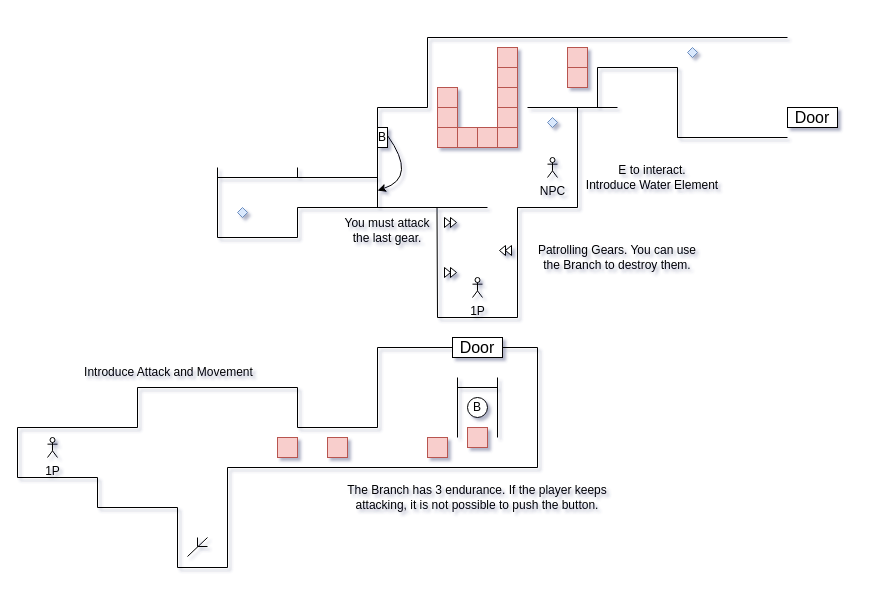
Before: docs/Level Design/Level 01.drawio in blueloveTH/BlackAndWhite, a draw.io diagram. Source tidied: cells renumbered, new cells numbered last; positions are measured from the earlier drawing's top-left corner, leaving out a move shared by most shapes. Both pictures are drawn from the tidied source at 100%, with x=0, y=0 at pixel (17, 37).
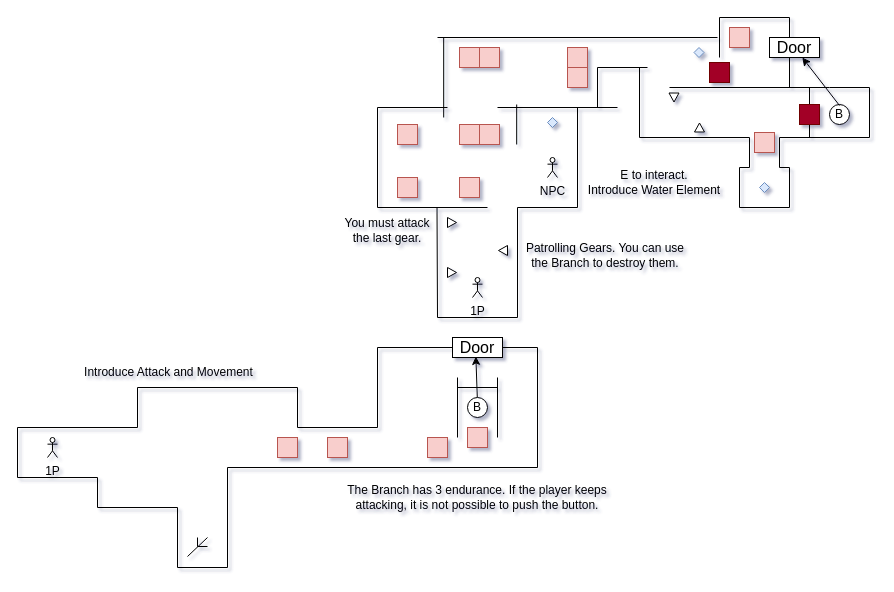
After the change.

The change refers to these unchanged cells:
```xml
<mxCell id="18" value="B" style="ellipse;whiteSpace=wrap;html=1;" parent="1" vertex="1">
  <mxGeometry x="450" y="360" width="20" height="20" as="geometry" />
</mxCell>
<mxCell id="32" value="Door" style="rounded=0;whiteSpace=wrap;html=1;fontSize=16;" parent="1" vertex="1">
  <mxGeometry x="435" y="300" width="50" height="20" as="geometry" />
</mxCell>
```

Change to the diagram source:
```diff
@@
+    <mxCell id="83" style="rounded=0;jettySize=auto;html=1;entryX=0.467;entryY=0.947;entryDx=0;entryDy=0;entryPerimeter=0;" parent="1" edge="1" source="18" target="32">
+      <mxGeometry relative="1" as="geometry" />
+    </mxCell>
@@
     <mxCell id="37" style="triangle;whiteSpace=wrap;html=1;" parent="1" vertex="1">
-      <mxGeometry x="433" y="230" width="6" height="10" as="geometry" />
+      <mxGeometry x="430" y="230" width="9" height="10" as="geometry" />
     </mxCell>
-    <mxCell id="38" style="triangle;whiteSpace=wrap;html=1;" parent="1" vertex="1">
-      <mxGeometry x="427" y="230" width="6" height="10" as="geometry" />
-    </mxCell>
-    <mxCell id="39" style="triangle;whiteSpace=wrap;html=1;direction=west;" parent="1" vertex="1">
-      <mxGeometry x="488" y="208" width="6" height="10" as="geometry" />
-    </mxCell>
-    <mxCell id="40" style="triangle;whiteSpace=wrap;html=1;direction=west;" parent="1" vertex="1">
-      <mxGeometry x="482" y="208" width="6" height="10" as="geometry" />
-    </mxCell>
     <mxCell id="41" style="triangle;whiteSpace=wrap;html=1;" parent="1" vertex="1">
-      <mxGeometry x="433" y="180" width="6" height="10" as="geometry" />
+      <mxGeometry x="430" y="180" width="9" height="10" as="geometry" />
     </mxCell>
-    <mxCell id="42" style="triangle;whiteSpace=wrap;html=1;" parent="1" vertex="1">
-      <mxGeometry x="427" y="180" width="6" height="10" as="geometry" />
-    </mxCell>
@@
     <mxCell id="44" style="endArrow=none;html=1;" parent="1" edge="1">
       <mxGeometry relative="1" as="geometry">
-        <mxPoint x="280" y="170" as="sourcePoint" />
+        <mxPoint x="360" y="170" as="sourcePoint" />
         <mxPoint x="470" y="170" as="targetPoint" />
       </mxGeometry>
     </mxCell>
@@
     <mxCell id="48" value="Patrolling Gears. You can use the Branch to destroy them." style="text;html=1;strokeColor=none;fillColor=none;align=center;verticalAlign=middle;whiteSpace=wrap;rounded=0;" parent="1" vertex="1">
-      <mxGeometry x="510" y="210" width="180" height="20" as="geometry" />
+      <mxGeometry x="497.5" y="208" width="180" height="20" as="geometry" />
     </mxCell>
@@
-    <mxCell id="50" style="whiteSpace=wrap;html=1;fillColor=#f8cecc;strokeColor=#b85450;" parent="1" vertex="1">
-      <mxGeometry x="420" y="90" width="20" height="20" as="geometry" />
-    </mxCell>
-    <mxCell id="51" style="whiteSpace=wrap;html=1;fillColor=#f8cecc;strokeColor=#b85450;" parent="1" vertex="1">
-      <mxGeometry x="480" y="90" width="20" height="20" as="geometry" />
-    </mxCell>
     <mxCell id="52" style="whiteSpace=wrap;html=1;fillColor=#f8cecc;strokeColor=#b85450;" parent="1" vertex="1">
-      <mxGeometry x="440" y="90" width="20" height="20" as="geometry" />
+      <mxGeometry x="442" y="87" width="20" height="20" as="geometry" />
     </mxCell>
     <mxCell id="53" style="whiteSpace=wrap;html=1;fillColor=#f8cecc;strokeColor=#b85450;" parent="1" vertex="1">
-      <mxGeometry x="460" y="90" width="20" height="20" as="geometry" />
+      <mxGeometry x="462" y="87" width="20" height="20" as="geometry" />
     </mxCell>
-    <mxCell id="54" style="whiteSpace=wrap;html=1;fillColor=#f8cecc;strokeColor=#b85450;" parent="1" vertex="1">
-      <mxGeometry x="420" y="70" width="20" height="20" as="geometry" />
-    </mxCell>
-    <mxCell id="55" style="whiteSpace=wrap;html=1;fillColor=#f8cecc;strokeColor=#b85450;" parent="1" vertex="1">
-      <mxGeometry x="420" y="50" width="20" height="20" as="geometry" />
-    </mxCell>
-    <mxCell id="56" style="whiteSpace=wrap;html=1;fillColor=#f8cecc;strokeColor=#b85450;" parent="1" vertex="1">
-      <mxGeometry x="480" y="70" width="20" height="20" as="geometry" />
-    </mxCell>
-    <mxCell id="57" style="whiteSpace=wrap;html=1;fillColor=#f8cecc;strokeColor=#b85450;" parent="1" vertex="1">
-      <mxGeometry x="480" y="50" width="20" height="20" as="geometry" />
-    </mxCell>
     <mxCell id="58" style="whiteSpace=wrap;html=1;fillColor=#f8cecc;strokeColor=#b85450;" parent="1" vertex="1">
-      <mxGeometry x="480" y="30" width="20" height="20" as="geometry" />
+      <mxGeometry x="442" y="10" width="20" height="20" as="geometry" />
     </mxCell>
@@
     <mxCell id="60" value="E to interact.&lt;br&gt;Introduce Water Element" style="text;html=1;strokeColor=none;fillColor=none;align=center;verticalAlign=middle;whiteSpace=wrap;rounded=0;" parent="1" vertex="1">
-      <mxGeometry x="560" y="130" width="150" height="20" as="geometry" />
+      <mxGeometry x="562" y="135" width="150" height="20" as="geometry" />
     </mxCell>
-    <mxCell id="61" value="B" style="rounded=0;whiteSpace=wrap;html=1;" parent="1" vertex="1">
-      <mxGeometry x="360" y="90" width="10" height="20" as="geometry" />
-    </mxCell>
     <mxCell id="62" style="endArrow=none;html=1;" parent="1" edge="1">
       <mxGeometry relative="1" as="geometry">
         <mxPoint x="360" y="70" as="sourcePoint" />
-        <mxPoint x="410" y="70" as="targetPoint" />
+        <mxPoint x="430" y="70" as="targetPoint" />
       </mxGeometry>
     </mxCell>
     <mxCell id="63" style="endArrow=none;html=1;" parent="1" edge="1">
       <mxGeometry relative="1" as="geometry">
-        <mxPoint x="410" y="70" as="sourcePoint" />
-        <mxPoint x="410" as="targetPoint" />
+        <mxPoint x="426.2" y="80" as="sourcePoint" />
+        <mxPoint x="426.2" as="targetPoint" />
       </mxGeometry>
     </mxCell>
     <mxCell id="64" style="endArrow=none;html=1;" parent="1" edge="1">
       <mxGeometry relative="1" as="geometry">
-        <mxPoint x="510" y="70" as="sourcePoint" />
+        <mxPoint x="480" y="70" as="sourcePoint" />
         <mxPoint x="600" y="70" as="targetPoint" />
       </mxGeometry>
     </mxCell>
@@
     <mxCell id="66" style="endArrow=none;html=1;" parent="1" edge="1">
       <mxGeometry relative="1" as="geometry">
-        <mxPoint x="410" as="sourcePoint" />
-        <mxPoint x="770" as="targetPoint" />
+        <mxPoint x="420" as="sourcePoint" />
+        <mxPoint x="700" as="targetPoint" />
       </mxGeometry>
     </mxCell>
-    <mxCell id="67" style="endArrow=none;html=1;" parent="1" edge="1">
-      <mxGeometry relative="1" as="geometry">
-        <mxPoint x="280" y="140" as="sourcePoint" />
-        <mxPoint x="280" y="130" as="targetPoint" />
-      </mxGeometry>
-    </mxCell>
-    <mxCell id="68" style="endArrow=none;html=1;" parent="1" edge="1">
-      <mxGeometry relative="1" as="geometry">
-        <mxPoint x="200" y="140" as="sourcePoint" />
-        <mxPoint x="360" y="140" as="targetPoint" />
-      </mxGeometry>
-    </mxCell>
-    <mxCell id="69" style="endArrow=none;html=1;" parent="1" edge="1">
-      <mxGeometry relative="1" as="geometry">
-        <mxPoint x="200" y="200" as="sourcePoint" />
-        <mxPoint x="200" y="130" as="targetPoint" />
-      </mxGeometry>
-    </mxCell>
-    <mxCell id="70" style="endArrow=none;html=1;" parent="1" edge="1">
-      <mxGeometry relative="1" as="geometry">
-        <mxPoint x="200" y="200" as="sourcePoint" />
-        <mxPoint x="280" y="200" as="targetPoint" />
-      </mxGeometry>
-    </mxCell>
-    <mxCell id="71" style="endArrow=none;html=1;" parent="1" edge="1">
-      <mxGeometry relative="1" as="geometry">
-        <mxPoint x="280" y="200" as="sourcePoint" />
-        <mxPoint x="280" y="170" as="targetPoint" />
-      </mxGeometry>
-    </mxCell>
     <mxCell id="72" style="whiteSpace=wrap;html=1;fillColor=#f8cecc;strokeColor=#b85450;" parent="1" vertex="1">
-      <mxGeometry x="480" y="10" width="20" height="20" as="geometry" />
+      <mxGeometry x="462" y="10" width="20" height="20" as="geometry" />
     </mxCell>
-    <mxCell id="73" style="curved=1;endArrow=classic;html=1;" parent="1" edge="1">
-      <mxGeometry relative="1" as="geometry">
-        <mxPoint x="370" y="98" as="sourcePoint" />
-        <mxPoint x="360" y="153" as="targetPoint" />
-        <Array as="points">
-          <mxPoint x="400" y="140" />
-        </Array>
-      </mxGeometry>
-    </mxCell>
@@
-    <mxCell id="77" style="rhombus;whiteSpace=wrap;html=1;fillColor=#dae8fc;strokeColor=#6c8ebf;" parent="1" vertex="1">
-      <mxGeometry x="670" y="10" width="10" height="10" as="geometry" />
-    </mxCell>
-    <mxCell id="78" style="rhombus;whiteSpace=wrap;html=1;fillColor=#dae8fc;strokeColor=#6c8ebf;" parent="1" vertex="1">
-      <mxGeometry x="220" y="170" width="10" height="10" as="geometry" />
-    </mxCell>
     <mxCell id="79" style="endArrow=none;html=1;fontSize=12;" parent="1" edge="1">
       <mxGeometry relative="1" as="geometry">
-        <mxPoint x="660" y="30" as="sourcePoint" />
-        <mxPoint x="660" y="100" as="targetPoint" />
+        <mxPoint x="622" y="30" as="sourcePoint" />
+        <mxPoint x="622" y="100" as="targetPoint" />
       </mxGeometry>
     </mxCell>
     <mxCell id="80" style="endArrow=none;html=1;fontSize=12;" parent="1" edge="1">
       <mxGeometry relative="1" as="geometry">
         <mxPoint x="580" y="30" as="sourcePoint" />
-        <mxPoint x="660" y="30" as="targetPoint" />
+        <mxPoint x="630" y="30" as="targetPoint" />
       </mxGeometry>
     </mxCell>
     <mxCell id="81" style="endArrow=none;html=1;fontSize=12;" parent="1" edge="1">
       <mxGeometry relative="1" as="geometry">
-        <mxPoint x="660" y="100" as="sourcePoint" />
-        <mxPoint x="770" y="100" as="targetPoint" />
+        <mxPoint x="622" y="100" as="sourcePoint" />
+        <mxPoint x="732" y="100" as="targetPoint" />
       </mxGeometry>
     </mxCell>
+    <mxCell id="84" style="endArrow=none;html=1;" parent="1" edge="1">
+      <mxGeometry relative="1" as="geometry">
+        <mxPoint x="499.2" y="107" as="sourcePoint" />
+        <mxPoint x="499.2" y="67" as="targetPoint" />
+      </mxGeometry>
+    </mxCell>
+    <mxCell id="85" style="whiteSpace=wrap;html=1;fillColor=#f8cecc;strokeColor=#b85450;" parent="1" vertex="1">
+      <mxGeometry x="380" y="87" width="20" height="20" as="geometry" />
+    </mxCell>
+    <mxCell id="86" style="whiteSpace=wrap;html=1;fillColor=#f8cecc;strokeColor=#b85450;" parent="1" vertex="1">
+      <mxGeometry x="380" y="140" width="20" height="20" as="geometry" />
+    </mxCell>
+    <mxCell id="87" style="whiteSpace=wrap;html=1;fillColor=#f8cecc;strokeColor=#b85450;" parent="1" vertex="1">
+      <mxGeometry x="442" y="140" width="20" height="20" as="geometry" />
+    </mxCell>
+    <mxCell id="88" style="triangle;whiteSpace=wrap;html=1;rotation=-180;" parent="1" vertex="1">
+      <mxGeometry x="481" y="208" width="9" height="10" as="geometry" />
+    </mxCell>
+    <mxCell id="89" style="whiteSpace=wrap;html=1;fillColor=#f8cecc;strokeColor=#b85450;" parent="1" vertex="1">
+      <mxGeometry x="737" y="95" width="20" height="20" as="geometry" />
+    </mxCell>
+    <mxCell id="90" style="endArrow=none;html=1;" parent="1" edge="1">
+      <mxGeometry relative="1" as="geometry">
+        <mxPoint x="732" y="100" as="sourcePoint" />
+        <mxPoint x="732" y="130" as="targetPoint" />
+      </mxGeometry>
+    </mxCell>
+    <mxCell id="91" style="endArrow=none;html=1;" parent="1" edge="1">
+      <mxGeometry relative="1" as="geometry">
+        <mxPoint x="762" y="100" as="sourcePoint" />
+        <mxPoint x="762" y="130" as="targetPoint" />
+      </mxGeometry>
+    </mxCell>
+    <mxCell id="92" style="endArrow=none;html=1;" parent="1" edge="1">
+      <mxGeometry relative="1" as="geometry">
+        <mxPoint x="762" y="100" as="sourcePoint" />
+        <mxPoint x="852" y="100" as="targetPoint" />
+      </mxGeometry>
+    </mxCell>
+    <mxCell id="93" style="endArrow=none;html=1;" parent="1" edge="1">
+      <mxGeometry relative="1" as="geometry">
+        <mxPoint x="722" y="130" as="sourcePoint" />
+        <mxPoint x="732" y="130" as="targetPoint" />
+      </mxGeometry>
+    </mxCell>
+    <mxCell id="94" style="endArrow=none;html=1;" parent="1" edge="1">
+      <mxGeometry relative="1" as="geometry">
+        <mxPoint x="722" y="170" as="sourcePoint" />
+        <mxPoint x="722" y="130" as="targetPoint" />
+      </mxGeometry>
+    </mxCell>
+    <mxCell id="95" style="endArrow=none;html=1;" parent="1" edge="1">
+      <mxGeometry relative="1" as="geometry">
+        <mxPoint x="722" y="170" as="sourcePoint" />
+        <mxPoint x="772" y="170" as="targetPoint" />
+      </mxGeometry>
+    </mxCell>
+    <mxCell id="96" style="endArrow=none;html=1;" parent="1" edge="1">
+      <mxGeometry relative="1" as="geometry">
+        <mxPoint x="762" y="130" as="sourcePoint" />
+        <mxPoint x="772" y="130" as="targetPoint" />
+      </mxGeometry>
+    </mxCell>
+    <mxCell id="97" style="endArrow=none;html=1;" parent="1" edge="1">
+      <mxGeometry relative="1" as="geometry">
+        <mxPoint x="772" y="170" as="sourcePoint" />
+        <mxPoint x="772" y="130" as="targetPoint" />
+      </mxGeometry>
+    </mxCell>
+    <mxCell id="98" style="rhombus;whiteSpace=wrap;html=1;fillColor=#dae8fc;strokeColor=#6c8ebf;" parent="1" vertex="1">
+      <mxGeometry x="742" y="145" width="10" height="10" as="geometry" />
+    </mxCell>
+    <mxCell id="99" style="endArrow=none;html=1;" parent="1" edge="1">
+      <mxGeometry relative="1" as="geometry">
+        <mxPoint x="752" y="50" as="sourcePoint" />
+        <mxPoint x="812" y="50" as="targetPoint" />
+      </mxGeometry>
+    </mxCell>
+    <mxCell id="100" style="endArrow=none;html=1;" parent="1" edge="1">
+      <mxGeometry relative="1" as="geometry">
+        <mxPoint x="702" y="20" as="sourcePoint" />
+        <mxPoint x="702" y="-20" as="targetPoint" />
+      </mxGeometry>
+    </mxCell>
+    <mxCell id="101" style="endArrow=none;html=1;" parent="1" edge="1">
+      <mxGeometry relative="1" as="geometry">
+        <mxPoint x="852" y="100" as="sourcePoint" />
+        <mxPoint x="852" y="50" as="targetPoint" />
+      </mxGeometry>
+    </mxCell>
+    <mxCell id="102" style="endArrow=none;html=1;" parent="1" edge="1">
+      <mxGeometry relative="1" as="geometry">
+        <mxPoint x="792" y="100" as="sourcePoint" />
+        <mxPoint x="792" y="50" as="targetPoint" />
+      </mxGeometry>
+    </mxCell>
+    <mxCell id="103" style="endArrow=none;html=1;" parent="1" edge="1">
+      <mxGeometry relative="1" as="geometry">
+        <mxPoint x="652" y="50" as="sourcePoint" />
+        <mxPoint x="762" y="50" as="targetPoint" />
+      </mxGeometry>
+    </mxCell>
+    <mxCell id="104" style="triangle;whiteSpace=wrap;html=1;rotation=90;" parent="1" vertex="1">
+      <mxGeometry x="652" y="55" width="9" height="10" as="geometry" />
+    </mxCell>
+    <mxCell id="105" style="triangle;whiteSpace=wrap;html=1;rotation=-90;" parent="1" vertex="1">
+      <mxGeometry x="677.5" y="85" width="9" height="10" as="geometry" />
+    </mxCell>
+    <mxCell id="106" style="endArrow=none;html=1;" parent="1" edge="1">
+      <mxGeometry relative="1" as="geometry">
+        <mxPoint x="852" y="50" as="sourcePoint" />
+        <mxPoint x="812" y="50" as="targetPoint" />
+      </mxGeometry>
+    </mxCell>
+    <mxCell id="107" style="rhombus;whiteSpace=wrap;html=1;fillColor=#dae8fc;strokeColor=#6c8ebf;" parent="1" vertex="1">
+      <mxGeometry x="676.5" y="10" width="10" height="10" as="geometry" />
+    </mxCell>
+    <mxCell id="108" style="endArrow=none;html=1;" parent="1" edge="1">
+      <mxGeometry relative="1" as="geometry">
+        <mxPoint x="772" y="-20" as="sourcePoint" />
+        <mxPoint x="772" y="50" as="targetPoint" />
+      </mxGeometry>
+    </mxCell>
+    <mxCell id="109" style="whiteSpace=wrap;html=1;fillColor=#a20025;strokeColor=#6F0000;fontColor=#ffffff;" parent="1" vertex="1">
+      <mxGeometry x="782" y="67" width="20" height="20" as="geometry" />
+    </mxCell>
+    <mxCell id="61" value="B" style="ellipse;whiteSpace=wrap;html=1;" parent="1" vertex="1">
+      <mxGeometry x="812" y="67" width="20" height="20" as="geometry" />
+    </mxCell>
+    <mxCell id="110" style="whiteSpace=wrap;html=1;fillColor=#f8cecc;strokeColor=#b85450;" parent="1" vertex="1">
+      <mxGeometry x="712" y="-10" width="20" height="20" as="geometry" />
+    </mxCell>
+    <mxCell id="111" style="whiteSpace=wrap;html=1;fillColor=#a20025;strokeColor=#6F0000;fontColor=#ffffff;" parent="1" vertex="1">
+      <mxGeometry x="692" y="25" width="20" height="20" as="geometry" />
+    </mxCell>
     <mxCell id="82" value="Door" style="rounded=0;whiteSpace=wrap;html=1;fontSize=16;" parent="1" vertex="1">
-      <mxGeometry x="770" y="70" width="50" height="20" as="geometry" />
+      <mxGeometry x="752" width="50" height="20" as="geometry" />
     </mxCell>
+    <mxCell id="112" style="endArrow=classic;html=1;" parent="1" edge="1" target="82">
+      <mxGeometry relative="1" as="geometry">
+        <mxPoint x="822" y="68" as="sourcePoint" />
+      </mxGeometry>
+    </mxCell>
+    <mxCell id="113" style="endArrow=none;html=1;" parent="1" edge="1">
+      <mxGeometry relative="1" as="geometry">
+        <mxPoint x="702" y="-20" as="sourcePoint" />
+        <mxPoint x="772" y="-20" as="targetPoint" />
+      </mxGeometry>
+    </mxCell>
```
